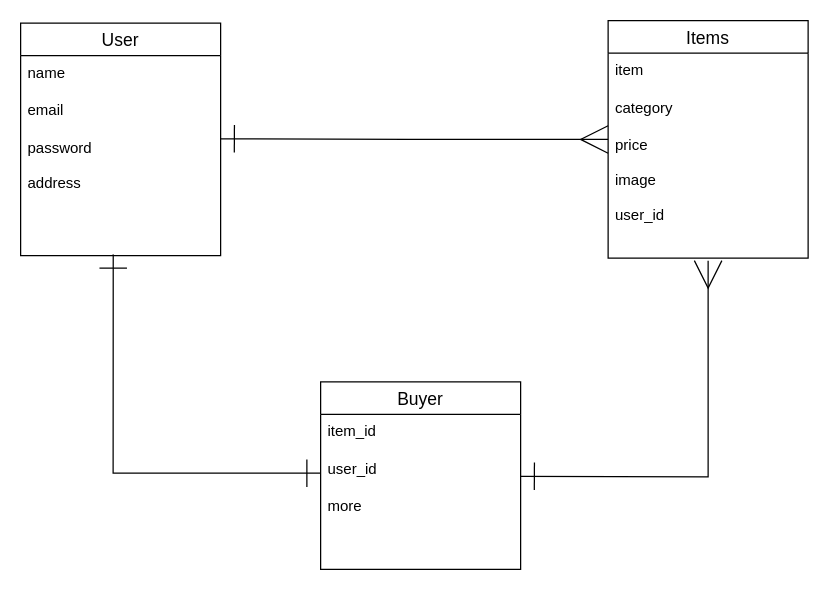
KazutakaSuzuki/furima-39272 keeps this draw.io diagram as ER.dio. Above is the earlier version. Source tidied: cells renumbered, new cells numbered last; positions are measured from the earlier drawing's top-left corner, leaving out a move shared by most shapes. Both pictures are drawn from the tidied source at 125%, with x=0, y=0 at pixel (20, 20).
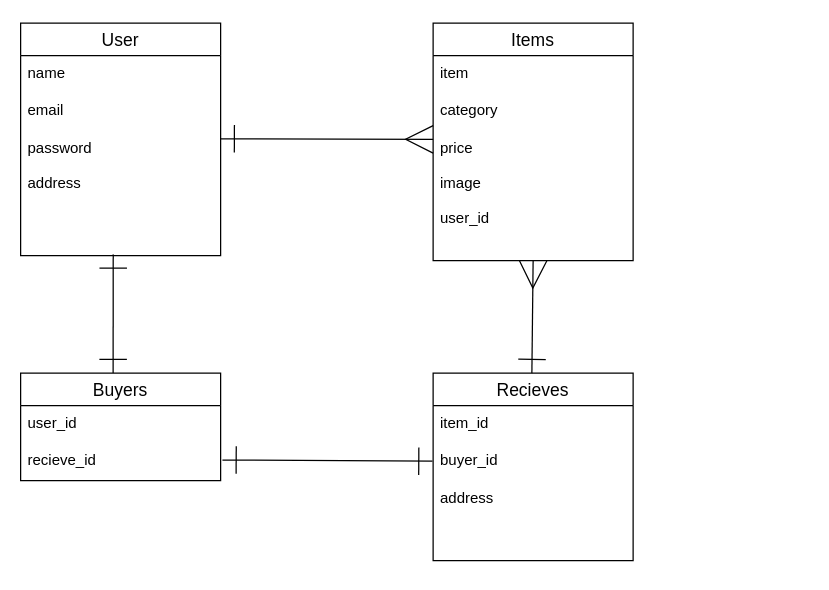
After the change.

Commit message (it also covers changes not shown here):
ER図/テーブル設計修正1

The change refers to these unchanged cells:
```xml
<mxCell id="5" value="password&#10;&#10;address" style="text;strokeColor=none;fillColor=none;spacingLeft=4;spacingRight=4;overflow=hidden;points=[[0,0.5],[1,0.5]];portConstraint=eastwest;fontSize=12;" parent="2" vertex="1">
  <mxGeometry y="86" width="160" height="100" as="geometry" />
</mxCell>
<mxCell id="9" value="price&#10;&#10;image&#10;&#10;user_id&#10;" style="text;strokeColor=none;fillColor=none;spacingLeft=4;spacingRight=4;overflow=hidden;points=[[0,0.5],[1,0.5]];portConstraint=eastwest;fontSize=12;" parent="6" vertex="1">
  <mxGeometry y="86" width="160" height="104" as="geometry" />
</mxCell>
```

Diff of the diagram source:
```diff
@@
     <mxCell id="6" value="Items" style="swimlane;fontStyle=0;horizontal=1;startSize=26;align=center;fontSize=14;" parent="1" vertex="1">
-      <mxGeometry x="470" width="160" height="190" as="geometry" />
+      <mxGeometry x="330" y="2" width="160" height="190" as="geometry" />
     </mxCell>
@@
-    <mxCell id="10" value="Buyer" style="swimlane;fontStyle=0;horizontal=1;startSize=26;align=center;fontSize=14;" parent="1" vertex="1">
-      <mxGeometry x="240" y="289" width="160" height="150" as="geometry" />
+    <mxCell id="10" value="Recieves" style="swimlane;fontStyle=0;horizontal=1;startSize=26;align=center;fontSize=14;" parent="1" vertex="1">
+      <mxGeometry x="330" y="282" width="160" height="150" as="geometry" />
     </mxCell>
@@
-    <mxCell id="12" value="user_id" style="text;strokeColor=none;fillColor=none;spacingLeft=4;spacingRight=4;overflow=hidden;points=[[0,0.5],[1,0.5]];portConstraint=eastwest;fontSize=12;" parent="10" vertex="1">
+    <mxCell id="12" value="buyer_id" style="text;strokeColor=none;fillColor=none;spacingLeft=4;spacingRight=4;overflow=hidden;points=[[0,0.5],[1,0.5]];portConstraint=eastwest;fontSize=12;" parent="10" vertex="1">
       <mxGeometry y="56" width="160" height="30" as="geometry" />
     </mxCell>
-    <mxCell id="13" value="more" style="text;strokeColor=none;fillColor=none;spacingLeft=4;spacingRight=4;overflow=hidden;fontSize=12;" parent="10" vertex="1">
+    <mxCell id="13" value="address" style="text;strokeColor=none;fillColor=none;spacingLeft=4;spacingRight=4;overflow=hidden;fontSize=12;" parent="10" vertex="1">
       <mxGeometry y="86" width="160" height="64" as="geometry" />
     </mxCell>
-    <mxCell id="14" style="endArrow=ERmany;html=1;rounded=0;strokeWidth=1;endSize=20;targetPerimeterSpacing=20;jumpSize=6;exitX=1;exitY=0.65;exitDx=0;exitDy=0;exitPerimeter=0;startArrow=ERone;startFill=0;sourcePerimeterSpacing=20;endFill=0;startSize=20;" parent="1" edge="1" source="12">
+    <mxCell id="14" style="endArrow=ERmany;html=1;rounded=0;strokeWidth=1;endSize=20;targetPerimeterSpacing=20;jumpSize=6;startArrow=ERone;startFill=0;sourcePerimeterSpacing=20;endFill=0;startSize=20;" parent="1" edge="1">
       <mxGeometry relative="1" as="geometry">
-        <mxPoint x="550" y="192" as="targetPoint" />
-        <Array as="points">
-          <mxPoint x="550" y="365" />
-        </Array>
+        <mxPoint x="409" y="282" as="sourcePoint" />
+        <mxPoint x="410" y="192" as="targetPoint" />
       </mxGeometry>
     </mxCell>
     <mxCell id="15" style="endArrow=ERone;html=1;rounded=0;strokeWidth=1;endSize=20;targetPerimeterSpacing=20;jumpSize=6;exitX=0.463;exitY=0.99;exitDx=0;exitDy=0;exitPerimeter=0;startArrow=ERone;startFill=0;sourcePerimeterSpacing=20;endFill=0;startSize=20;" parent="1" edge="1" source="5">
       <mxGeometry relative="1" as="geometry">
-        <mxPoint x="240" y="362" as="targetPoint" />
-        <Array as="points">
-          <mxPoint x="74" y="362" />
-        </Array>
+        <mxPoint x="74" y="282" as="targetPoint" />
       </mxGeometry>
     </mxCell>
-    <mxCell id="16" style="endArrow=ERmany;html=1;rounded=0;strokeWidth=1;endSize=20;targetPerimeterSpacing=20;jumpSize=6;exitX=1;exitY=0.65;exitDx=0;exitDy=0;exitPerimeter=0;startArrow=ERone;startFill=0;sourcePerimeterSpacing=20;endFill=0;startSize=20;entryX=0;entryY=0.087;entryDx=0;entryDy=0;entryPerimeter=0;" parent="1" edge="1" target="9">
+    <mxCell id="16" style="endArrow=ERmany;html=1;rounded=0;strokeWidth=1;endSize=20;targetPerimeterSpacing=20;jumpSize=6;exitX=1;exitY=0.65;exitDx=0;exitDy=0;exitPerimeter=0;startArrow=ERone;startFill=0;sourcePerimeterSpacing=20;endFill=0;startSize=20;" parent="1" edge="1">
       <mxGeometry relative="1" as="geometry">
         <mxPoint x="160" y="94.5" as="sourcePoint" />
-        <Array as="points">
-          <mxPoint x="310" y="95" />
-        </Array>
+        <mxPoint x="330" y="95" as="targetPoint" />
       </mxGeometry>
     </mxCell>
+    <mxCell id="17" value="Buyers" style="swimlane;fontStyle=0;horizontal=1;startSize=26;align=center;fontSize=14;" parent="1" vertex="1">
+      <mxGeometry y="282" width="160" height="86" as="geometry" />
+    </mxCell>
+    <mxCell id="18" value="user_id" style="text;strokeColor=none;fillColor=none;spacingLeft=4;spacingRight=4;overflow=hidden;fontSize=12;" parent="17" vertex="1">
+      <mxGeometry y="26" width="160" height="30" as="geometry" />
+    </mxCell>
+    <mxCell id="19" value="recieve_id" style="text;strokeColor=none;fillColor=none;spacingLeft=4;spacingRight=4;overflow=hidden;points=[[0,0.5],[1,0.5]];portConstraint=eastwest;fontSize=12;" parent="17" vertex="1">
+      <mxGeometry y="56" width="160" height="30" as="geometry" />
+    </mxCell>
+    <mxCell id="20" style="endArrow=ERone;html=1;rounded=0;strokeWidth=1;endSize=20;targetPerimeterSpacing=20;jumpSize=6;exitX=-0.003;exitY=0.483;exitDx=0;exitDy=0;exitPerimeter=0;startArrow=ERone;startFill=0;sourcePerimeterSpacing=20;endFill=0;startSize=20;entryX=1.009;entryY=0.45;entryDx=0;entryDy=0;entryPerimeter=0;" parent="1" edge="1" source="12" target="19">
+      <mxGeometry relative="1" as="geometry" />
+    </mxCell>
```
